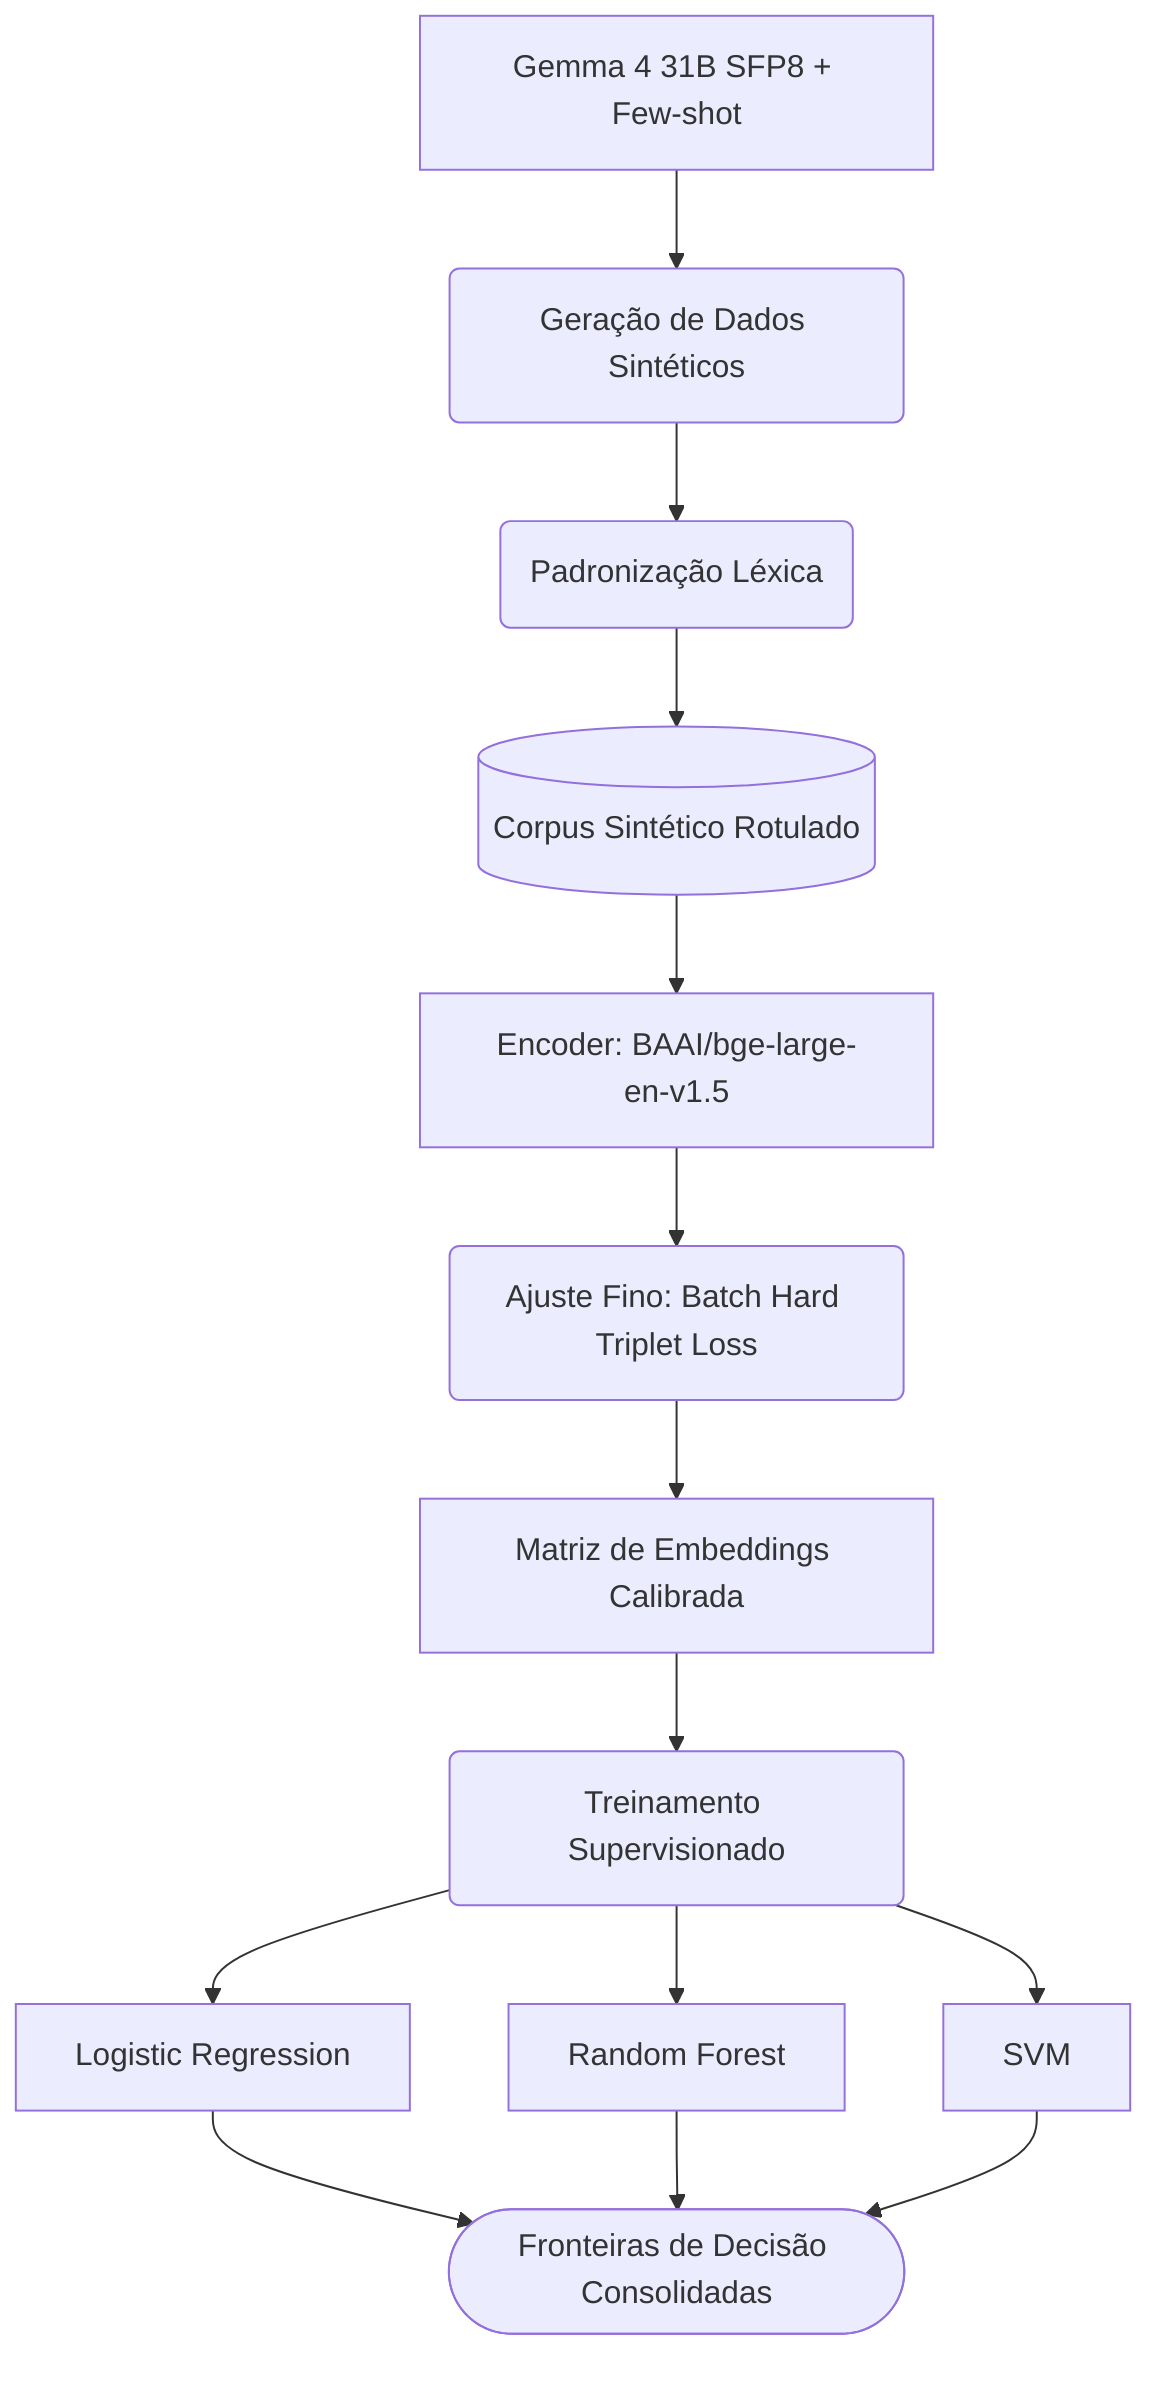
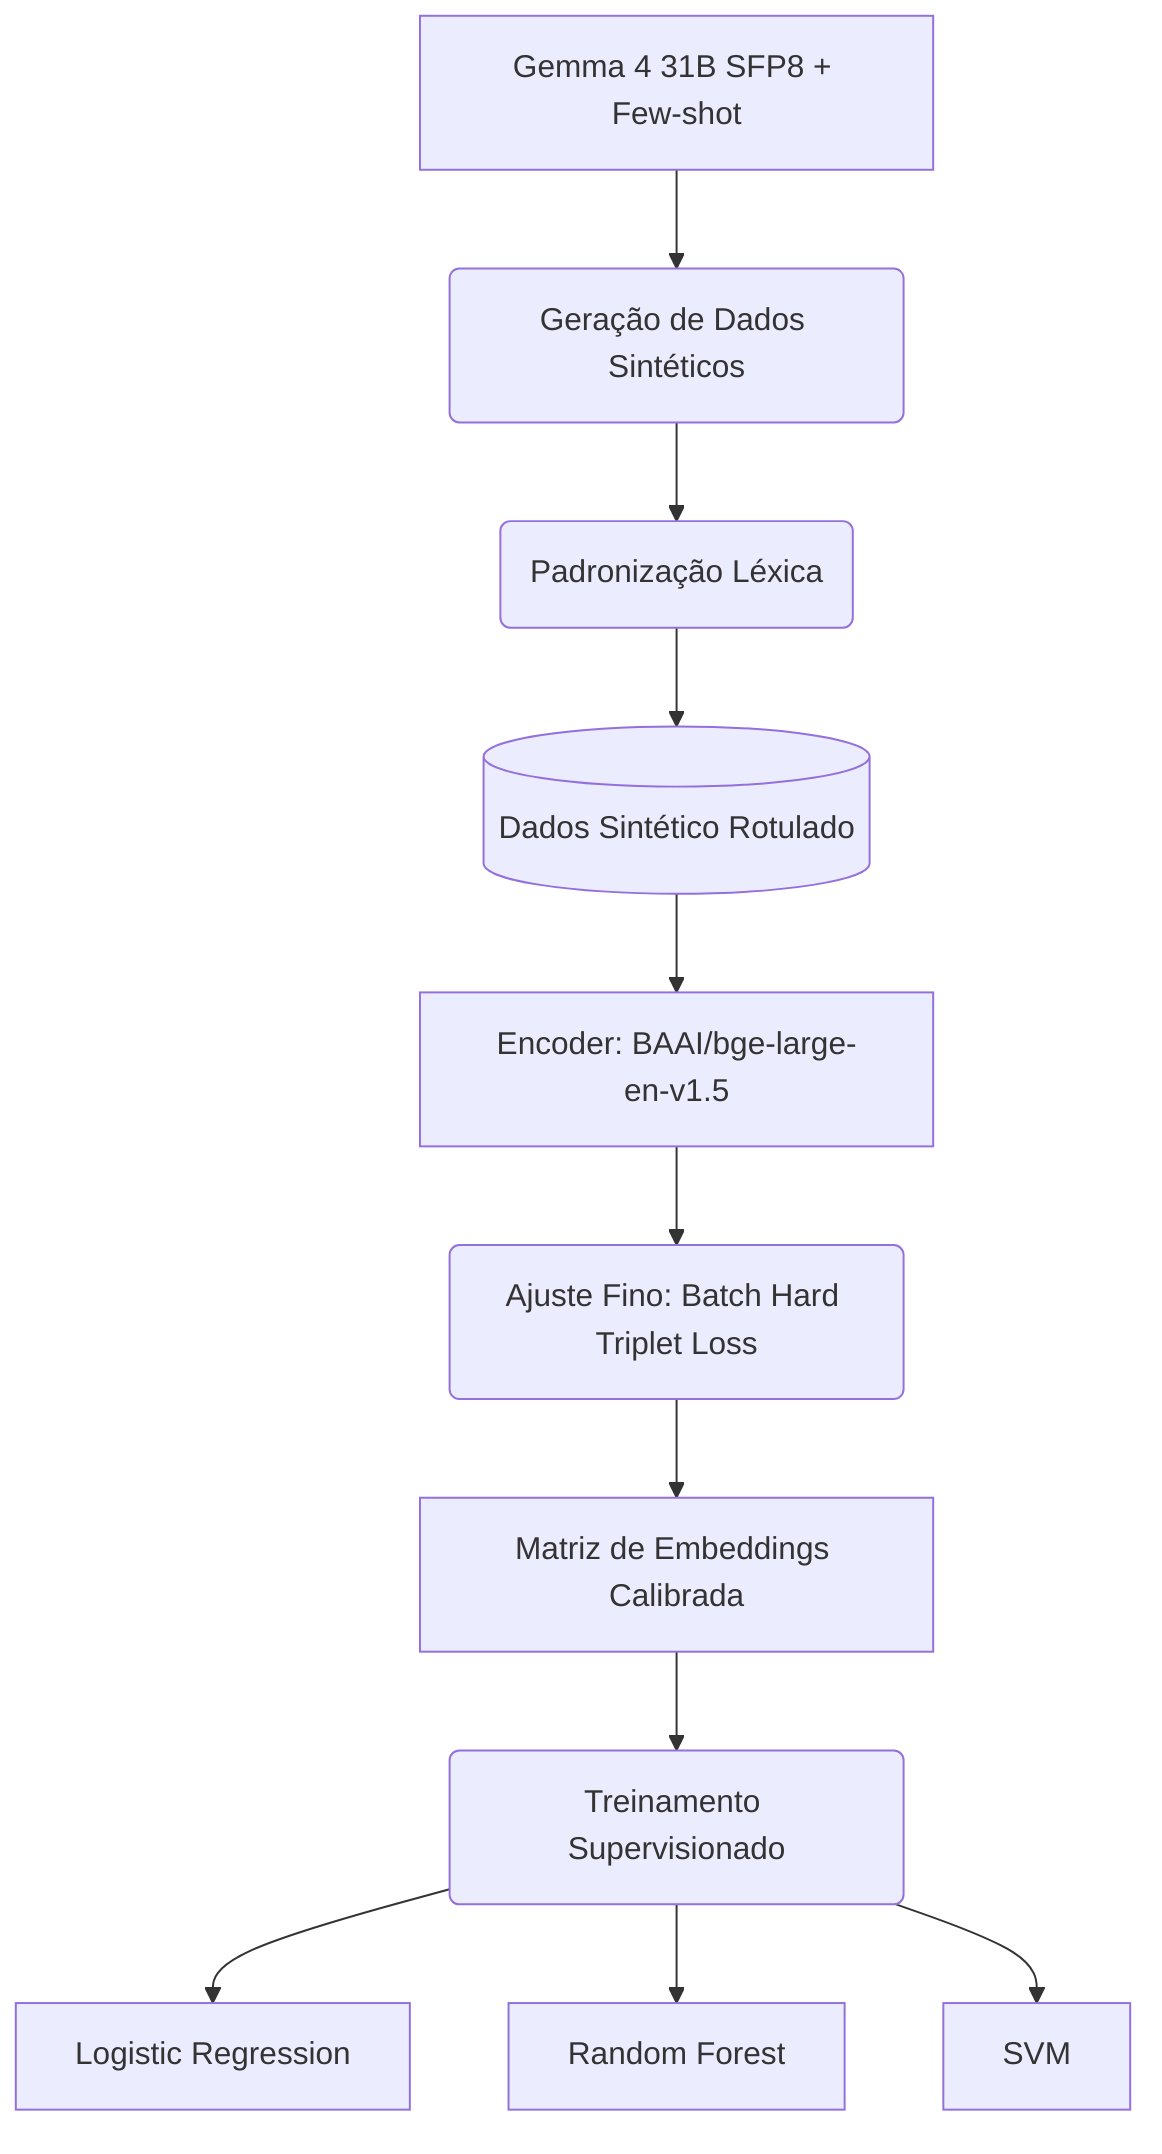
graph TD
    A[Gemma 4 31B SFP8 + Few-shot] --> B(Geração de Dados Sintéticos)
    B --> C(Padronização Léxica)
-     C --> D[(Corpus Sintético Rotulado)]
+     C --> D[(Dados Sintético Rotulado)]
    D --> E[Encoder: BAAI/bge-large-en-v1.5]
    E --> F(Ajuste Fino: Batch Hard Triplet Loss)
    F --> G[Matriz de Embeddings Calibrada]
    G --> H(Treinamento Supervisionado)
    H --> I[Logistic Regression]
    H --> J[Random Forest]
-     H --> K[SVM]
-     I --> L([Fronteiras de Decisão Consolidadas])
-     J --> L
-     K --> L+     H --> K[SVM]